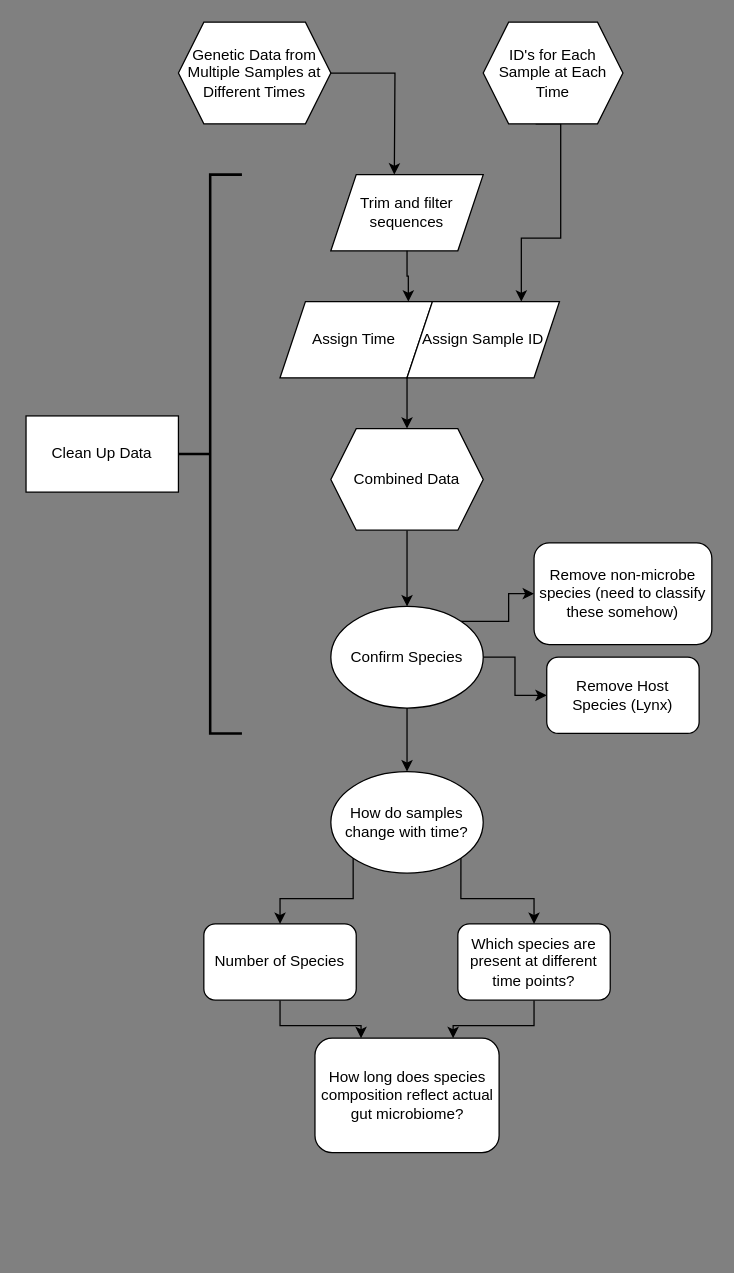
Earlier version of the draw.io diagram Microbiome Time.drawio (bcbowling/Test). Source tidied: cells renumbered, new cells numbered last; positions are measured from the earlier drawing's top-left corner, leaving out a move shared by most shapes. Both pictures are drawn from the tidied source at 127%, with x=0, y=0 at pixel (25, 22).
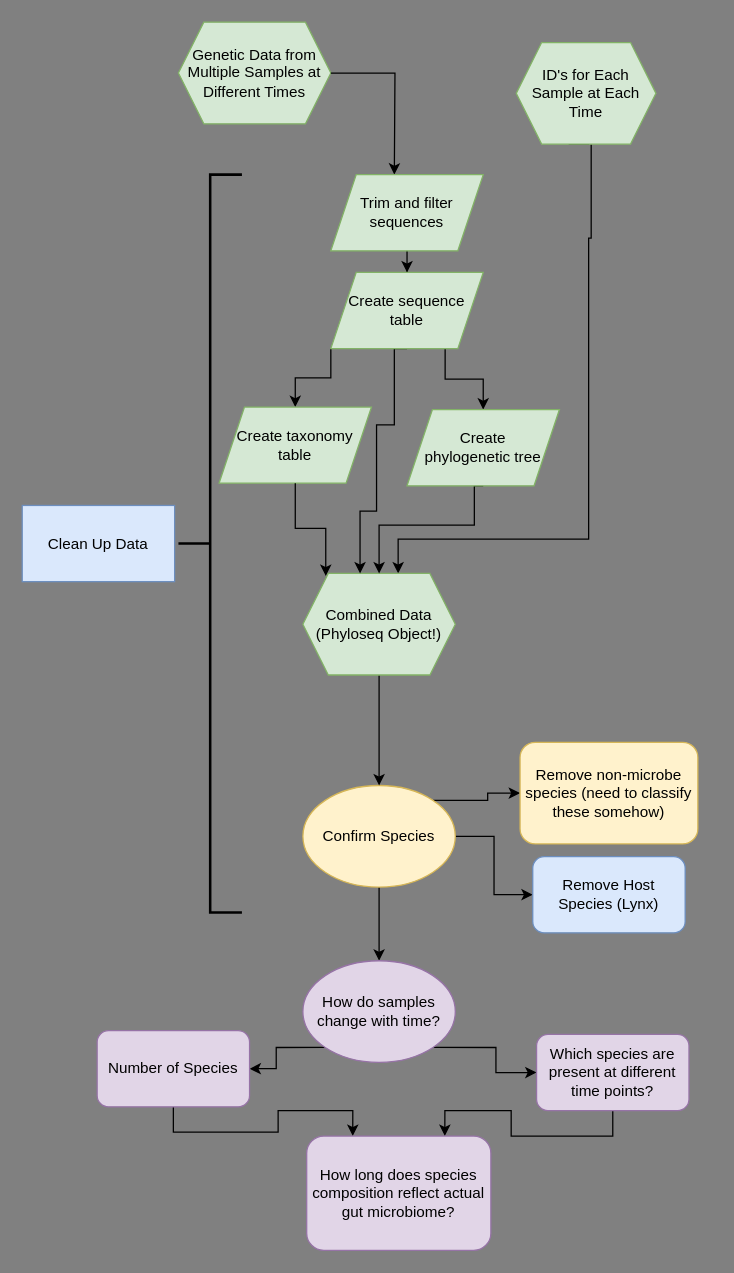
The same diagram, later.

Change to the diagram source:
```diff
@@
-    <mxCell id="2" value="Genetic Data from Multiple Samples at Different Times" style="shape=hexagon;perimeter=hexagonPerimeter2;whiteSpace=wrap;html=1;fixedSize=1;" parent="1" vertex="1">
+    <mxCell id="2" value="Genetic Data from Multiple Samples at Different Times" style="shape=hexagon;perimeter=hexagonPerimeter2;whiteSpace=wrap;html=1;fixedSize=1;fillColor=#d5e8d4;strokeColor=#82b366;" parent="1" vertex="1">
       <mxGeometry x="120" width="120" height="80" as="geometry" />
     </mxCell>
-    <mxCell id="3" value="Assign Time&amp;nbsp;" style="shape=parallelogram;perimeter=parallelogramPerimeter;whiteSpace=wrap;html=1;fixedSize=1;" parent="1" vertex="1">
-      <mxGeometry x="200" y="220" width="120" height="60" as="geometry" />
-    </mxCell>
-    <mxCell id="4" style="edgeStyle=orthogonalEdgeStyle;rounded=0;jettySize=auto;html=1;exitX=0;exitY=1;exitDx=0;exitDy=0;" parent="1" edge="1" source="5" target="14">
-      <mxGeometry relative="1" as="geometry" />
-    </mxCell>
-    <mxCell id="5" value="Assign Sample ID" style="shape=parallelogram;perimeter=parallelogramPerimeter;whiteSpace=wrap;html=1;fixedSize=1;" parent="1" vertex="1">
-      <mxGeometry x="300" y="220" width="120" height="60" as="geometry" />
-    </mxCell>
-    <mxCell id="6" style="edgeStyle=orthogonalEdgeStyle;rounded=0;jettySize=auto;html=1;exitX=0.375;exitY=1;exitDx=0;exitDy=0;entryX=0.75;entryY=0;entryDx=0;entryDy=0;" parent="1" edge="1" source="7" target="5">
+    <mxCell id="6" style="edgeStyle=orthogonalEdgeStyle;rounded=0;jettySize=auto;html=1;exitX=0.375;exitY=1;exitDx=0;exitDy=0;entryX=0.625;entryY=0;entryDx=0;entryDy=0;" parent="1" edge="1" source="7" target="14">
       <mxGeometry relative="1" as="geometry">
         <Array as="points">
-          <mxPoint x="421" y="170" />
-          <mxPoint x="390" y="170" />
+          <mxPoint x="443" y="96" />
+          <mxPoint x="443" y="75" />
+          <mxPoint x="445" y="75" />
+          <mxPoint x="445" y="170" />
+          <mxPoint x="443" y="170" />
+          <mxPoint x="443" y="407" />
+          <mxPoint x="293" y="407" />
         </Array>
       </mxGeometry>
     </mxCell>
-    <mxCell id="7" value="ID's for Each Sample at Each Time" style="shape=hexagon;perimeter=hexagonPerimeter2;whiteSpace=wrap;html=1;fixedSize=1;" parent="1" vertex="1">
-      <mxGeometry x="360" width="110" height="80" as="geometry" />
+    <mxCell id="7" value="ID's for Each Sample at Each Time" style="shape=hexagon;perimeter=hexagonPerimeter2;whiteSpace=wrap;html=1;fixedSize=1;fillColor=#d5e8d4;strokeColor=#82b366;" parent="1" vertex="1">
+      <mxGeometry x="386" y="16" width="110" height="80" as="geometry" />
     </mxCell>
@@
-    <mxCell id="12" value="Confirm Species" style="ellipse;whiteSpace=wrap;html=1;" parent="1" vertex="1">
-      <mxGeometry x="240" y="460" width="120" height="80" as="geometry" />
+    <mxCell id="12" value="Confirm Species" style="ellipse;whiteSpace=wrap;html=1;fillColor=#fff2cc;strokeColor=#d6b656;" parent="1" vertex="1">
+      <mxGeometry x="218" y="601" width="120" height="80" as="geometry" />
     </mxCell>
@@
-    <mxCell id="14" value="Combined Data" style="shape=hexagon;perimeter=hexagonPerimeter2;whiteSpace=wrap;html=1;fixedSize=1;" parent="1" vertex="1">
-      <mxGeometry x="240" y="320" width="120" height="80" as="geometry" />
+    <mxCell id="14" value="Combined Data&lt;br&gt;(Phyloseq Object!)" style="shape=hexagon;perimeter=hexagonPerimeter2;whiteSpace=wrap;html=1;fixedSize=1;fillColor=#d5e8d4;strokeColor=#82b366;" parent="1" vertex="1">
+      <mxGeometry x="218" y="434" width="120" height="80" as="geometry" />
     </mxCell>
-    <mxCell id="15" value="Remove Host Species (Lynx)" style="rounded=1;whiteSpace=wrap;html=1;" parent="1" vertex="1">
-      <mxGeometry x="410" y="500" width="120" height="60" as="geometry" />
+    <mxCell id="15" value="Remove Host Species (Lynx)" style="rounded=1;whiteSpace=wrap;html=1;fillColor=#dae8fc;strokeColor=#6c8ebf;" parent="1" vertex="1">
+      <mxGeometry x="399" y="657" width="120" height="60" as="geometry" />
     </mxCell>
-    <mxCell id="16" value="Remove non-microbe species (need to classify these somehow)" style="rounded=1;whiteSpace=wrap;html=1;" parent="1" vertex="1">
-      <mxGeometry x="400" y="410" width="140" height="80" as="geometry" />
+    <mxCell id="16" value="Remove non-microbe species (need to classify these somehow)" style="rounded=1;whiteSpace=wrap;html=1;fillColor=#fff2cc;strokeColor=#d6b656;" parent="1" vertex="1">
+      <mxGeometry x="389" y="567" width="140" height="80" as="geometry" />
     </mxCell>
@@
-    <mxCell id="19" value="How do samples change with time?" style="ellipse;whiteSpace=wrap;html=1;" parent="1" vertex="1">
-      <mxGeometry x="240" y="590" width="120" height="80" as="geometry" />
+    <mxCell id="19" value="How do samples change with time?" style="ellipse;whiteSpace=wrap;html=1;fillColor=#e1d5e7;strokeColor=#9673a6;" parent="1" vertex="1">
+      <mxGeometry x="218" y="739" width="120" height="80" as="geometry" />
     </mxCell>
     <mxCell id="20" style="strokeWidth=2;html=1;shape=mxgraph.flowchart.annotation_2;align=left;labelPosition=right;" parent="1" vertex="1">
-      <mxGeometry x="120" y="120" width="50" height="440" as="geometry" />
+      <mxGeometry x="120" y="120" width="50" height="581" as="geometry" />
     </mxCell>
-    <mxCell id="21" value="Clean Up Data" style="rounded=0;whiteSpace=wrap;html=1;" parent="1" vertex="1">
-      <mxGeometry y="310" width="120" height="60" as="geometry" />
+    <mxCell id="21" value="Clean Up Data" style="rounded=0;whiteSpace=wrap;html=1;fillColor=#dae8fc;strokeColor=#6c8ebf;" parent="1" vertex="1">
+      <mxGeometry x="-3" y="380.5" width="120" height="60" as="geometry" />
     </mxCell>
@@
-    <mxCell id="23" value="Number of Species" style="rounded=1;whiteSpace=wrap;html=1;" parent="1" vertex="1">
-      <mxGeometry x="140" y="710" width="120" height="60" as="geometry" />
+    <mxCell id="23" value="Number of Species" style="rounded=1;whiteSpace=wrap;html=1;fillColor=#e1d5e7;strokeColor=#9673a6;" parent="1" vertex="1">
+      <mxGeometry x="56" y="794" width="120" height="60" as="geometry" />
     </mxCell>
@@
-    <mxCell id="25" value="Which species are present at different time points?" style="rounded=1;whiteSpace=wrap;html=1;" parent="1" vertex="1">
-      <mxGeometry x="340" y="710" width="120" height="60" as="geometry" />
+    <mxCell id="25" value="Which species are present at different time points?" style="rounded=1;whiteSpace=wrap;html=1;fillColor=#e1d5e7;strokeColor=#9673a6;" parent="1" vertex="1">
+      <mxGeometry x="402" y="797" width="120" height="60" as="geometry" />
     </mxCell>
+    <mxCell id="29" style="edgeStyle=orthogonalEdgeStyle;rounded=0;hachureGap=4;jettySize=auto;html=1;exitX=0.5;exitY=1;exitDx=0;exitDy=0;shadow=0;" parent="1" edge="1" source="26" target="33">
+      <mxGeometry relative="1" as="geometry" />
+    </mxCell>
-    <mxCell id="26" value="Trim and filter sequences" style="shape=parallelogram;perimeter=parallelogramPerimeter;whiteSpace=wrap;html=1;fixedSize=1;" parent="1" vertex="1">
+    <mxCell id="26" value="Trim and filter sequences" style="shape=parallelogram;perimeter=parallelogramPerimeter;whiteSpace=wrap;html=1;fixedSize=1;fillColor=#d5e8d4;strokeColor=#82b366;" parent="1" vertex="1">
       <mxGeometry x="240" y="120" width="120" height="60" as="geometry" />
     </mxCell>
-    <mxCell id="27" style="edgeStyle=orthogonalEdgeStyle;rounded=0;jettySize=auto;html=1;exitX=0.5;exitY=1;exitDx=0;exitDy=0;entryX=0.842;entryY=0;entryDx=0;entryDy=0;entryPerimeter=0;" parent="1" edge="1" source="26" target="3">
-      <mxGeometry relative="1" as="geometry" />
-    </mxCell>
-    <mxCell id="28" value="How long does species composition reflect actual gut microbiome?" style="rounded=1;whiteSpace=wrap;html=1;" parent="1" vertex="1">
-      <mxGeometry x="227.5" y="800" width="145" height="90" as="geometry" />
+    <mxCell id="28" value="How long does species composition reflect actual gut microbiome?" style="rounded=1;whiteSpace=wrap;html=1;fillColor=#e1d5e7;strokeColor=#9673a6;" parent="1" vertex="1">
+      <mxGeometry x="221" y="877" width="145" height="90" as="geometry" />
     </mxCell>
+    <mxCell id="30" style="edgeStyle=orthogonalEdgeStyle;rounded=0;hachureGap=4;jettySize=auto;html=1;exitX=0;exitY=1;exitDx=0;exitDy=0;entryX=0.5;entryY=0;entryDx=0;entryDy=0;" parent="1" edge="1" source="33" target="34">
+      <mxGeometry relative="1" as="geometry" />
+    </mxCell>
+    <mxCell id="31" style="edgeStyle=orthogonalEdgeStyle;rounded=0;hachureGap=4;jettySize=auto;html=1;exitX=0.75;exitY=1;exitDx=0;exitDy=0;entryX=0.5;entryY=0;entryDx=0;entryDy=0;" parent="1" edge="1" source="33" target="36">
+      <mxGeometry relative="1" as="geometry" />
+    </mxCell>
+    <mxCell id="32" style="edgeStyle=orthogonalEdgeStyle;rounded=0;hachureGap=4;jettySize=auto;html=1;exitX=0.5;exitY=1;exitDx=0;exitDy=0;entryX=0.375;entryY=0;entryDx=0;entryDy=0;" parent="1" edge="1" source="33" target="14">
+      <mxGeometry relative="1" as="geometry">
+        <Array as="points">
+          <mxPoint x="290" y="257" />
+          <mxPoint x="290" y="317" />
+          <mxPoint x="276" y="317" />
+          <mxPoint x="276" y="385" />
+          <mxPoint x="263" y="385" />
+        </Array>
+      </mxGeometry>
+    </mxCell>
+    <mxCell id="33" value="Create sequence table" style="shape=parallelogram;perimeter=parallelogramPerimeter;whiteSpace=wrap;html=1;fixedSize=1;fillColor=#d5e8d4;strokeColor=#82b366;" parent="1" vertex="1">
+      <mxGeometry x="240" y="197" width="120" height="60" as="geometry" />
+    </mxCell>
+    <mxCell id="34" value="Create taxonomy table" style="shape=parallelogram;perimeter=parallelogramPerimeter;whiteSpace=wrap;html=1;fixedSize=1;fillColor=#d5e8d4;strokeColor=#82b366;" parent="1" vertex="1">
+      <mxGeometry x="152" y="303" width="120" height="60" as="geometry" />
+    </mxCell>
+    <mxCell id="35" style="edgeStyle=orthogonalEdgeStyle;rounded=0;hachureGap=4;jettySize=auto;html=1;exitX=0.5;exitY=1;exitDx=0;exitDy=0;entryX=0.5;entryY=0;entryDx=0;entryDy=0;" parent="1" edge="1" source="36" target="14">
+      <mxGeometry relative="1" as="geometry">
+        <Array as="points">
+          <mxPoint x="353" y="396" />
+          <mxPoint x="278" y="396" />
+        </Array>
+      </mxGeometry>
+    </mxCell>
+    <mxCell id="36" value="Create &lt;br&gt;phylogenetic tree" style="shape=parallelogram;perimeter=parallelogramPerimeter;whiteSpace=wrap;html=1;fixedSize=1;fillColor=#d5e8d4;strokeColor=#82b366;" parent="1" vertex="1">
+      <mxGeometry x="300" y="305" width="120" height="60" as="geometry" />
+    </mxCell>
+    <mxCell id="37" style="edgeStyle=orthogonalEdgeStyle;rounded=0;hachureGap=4;jettySize=auto;html=1;exitX=0.5;exitY=1;exitDx=0;exitDy=0;entryX=0.15;entryY=0.025;entryDx=0;entryDy=0;entryPerimeter=0;" parent="1" edge="1" source="34" target="14">
+      <mxGeometry relative="1" as="geometry" />
+    </mxCell>
```
